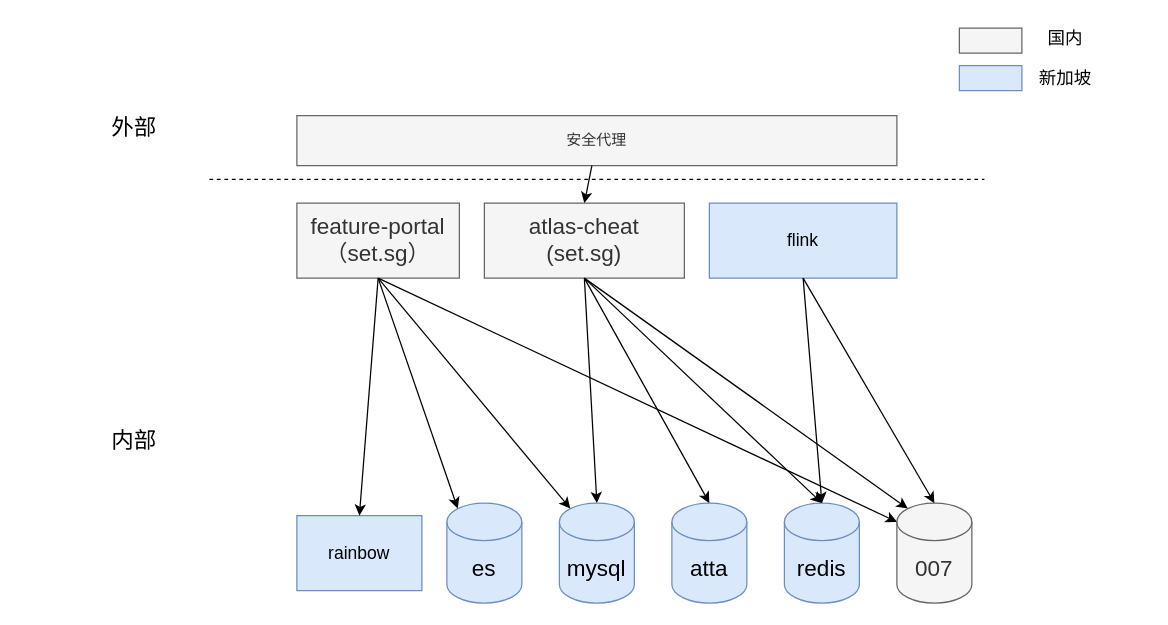
The draw.io diagram cheat_deploy.drawio in learn2Pro/draw_io_save, before the edit. Source tidied: cells renumbered, new cells numbered last; positions are measured from the earlier drawing's top-left corner, leaving out a move shared by most shapes. Both pictures are drawn from the tidied source at 125%, with x=0, y=0 at pixel (21, 21).
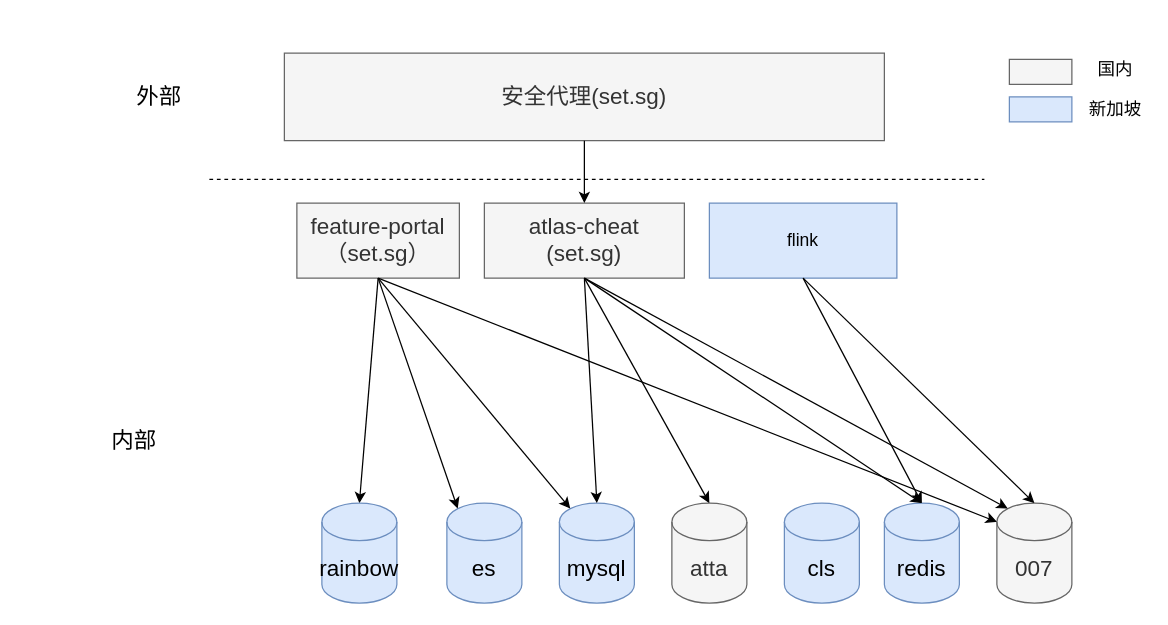
After the change.

The change refers to these unchanged cells:
```xml
<mxCell id="10" value="feature-portal（set.sg）" style="rounded=0;whiteSpace=wrap;html=1;fontSize=18;fillColor=#f5f5f5;fontColor=#333333;strokeColor=#666666;" parent="1" vertex="1">
  <mxGeometry x="220" y="145" width="130" height="60" as="geometry" />
</mxCell>
```

What changed in the source:
```diff
@@
-    <mxCell id="2" value="安全代理" style="rounded=0;whiteSpace=wrap;html=1;fillColor=#f5f5f5;fontColor=#333333;strokeColor=#666666;" parent="1" vertex="1">
-      <mxGeometry x="220" y="75" width="480" height="40" as="geometry" />
+    <mxCell id="2" value="&lt;font style=&quot;font-size: 18px&quot;&gt;安全代理(set.sg)&lt;/font&gt;" style="rounded=0;whiteSpace=wrap;html=1;fillColor=#f5f5f5;fontColor=#333333;strokeColor=#666666;" parent="1" vertex="1">
+      <mxGeometry x="210" y="25" width="480" height="70" as="geometry" />
     </mxCell>
@@
     <mxCell id="4" value="&lt;font style=&quot;font-size: 18px&quot;&gt;外部&lt;/font&gt;" style="text;html=1;strokeColor=none;fillColor=none;align=center;verticalAlign=middle;whiteSpace=wrap;rounded=0;" parent="1" vertex="1">
-      <mxGeometry y="55" width="180" height="60" as="geometry" />
+      <mxGeometry x="20" y="30" width="180" height="60" as="geometry" />
     </mxCell>
@@
     <mxCell id="8" value="redis" style="shape=cylinder3;whiteSpace=wrap;html=1;boundedLbl=1;backgroundOutline=1;size=15;fontSize=18;fillColor=#dae8fc;strokeColor=#6c8ebf;" parent="1" vertex="1">
-      <mxGeometry x="610" y="385" width="60" height="80" as="geometry" />
+      <mxGeometry x="690" y="385" width="60" height="80" as="geometry" />
     </mxCell>
@@
     <mxCell id="11" style="rounded=0;whiteSpace=wrap;html=1;fontSize=18;fillColor=#f5f5f5;fontColor=#333333;strokeColor=#666666;" parent="1" vertex="1">
-      <mxGeometry x="750" y="5" width="50" height="20" as="geometry" />
+      <mxGeometry x="790" y="30" width="50" height="20" as="geometry" />
     </mxCell>
     <mxCell id="12" style="rounded=0;whiteSpace=wrap;html=1;fontSize=18;fillColor=#dae8fc;strokeColor=#6c8ebf;" parent="1" vertex="1">
-      <mxGeometry x="750" y="35" width="50" height="20" as="geometry" />
+      <mxGeometry x="790" y="60" width="50" height="20" as="geometry" />
     </mxCell>
     <mxCell id="13" value="&lt;font style=&quot;font-size: 14px&quot;&gt;国内&lt;/font&gt;" style="text;html=1;strokeColor=none;fillColor=none;align=center;verticalAlign=middle;whiteSpace=wrap;rounded=0;" parent="1" vertex="1">
-      <mxGeometry x="810" width="50" height="25" as="geometry" />
+      <mxGeometry x="850" y="25" width="50" height="25" as="geometry" />
     </mxCell>
     <mxCell id="14" value="&lt;font style=&quot;font-size: 14px&quot;&gt;新加坡&lt;/font&gt;" style="text;html=1;strokeColor=none;fillColor=none;align=center;verticalAlign=middle;whiteSpace=wrap;rounded=0;" parent="1" vertex="1">
-      <mxGeometry x="810" y="32.5" width="50" height="25" as="geometry" />
+      <mxGeometry x="850" y="57.5" width="50" height="25" as="geometry" />
     </mxCell>
@@
-    <mxCell id="17" value="rainbow" style="rounded=0;whiteSpace=wrap;html=1;fontSize=14;fillColor=#dae8fc;strokeColor=#6c8ebf;" parent="1" vertex="1">
-      <mxGeometry x="220" y="395" width="100" height="60" as="geometry" />
-    </mxCell>
@@
-    <mxCell id="20" style="endArrow=classic;html=1;rounded=0;fontSize=14;entryX=0.5;entryY=0;entryDx=0;entryDy=0;exitX=0.5;exitY=1;exitDx=0;exitDy=0;" parent="1" edge="1" source="10" target="17">
+    <mxCell id="20" style="endArrow=classic;html=1;rounded=0;fontSize=14;entryX=0.5;entryY=0;entryDx=0;entryDy=0;exitX=0.5;exitY=1;exitDx=0;exitDy=0;entryPerimeter=0;" parent="1" edge="1" source="10" target="17">
       <mxGeometry relative="1" as="geometry" />
     </mxCell>
@@
-    <mxCell id="24" value="atta" style="shape=cylinder3;whiteSpace=wrap;html=1;boundedLbl=1;backgroundOutline=1;size=15;fontSize=18;fillColor=#dae8fc;strokeColor=#6c8ebf;" parent="1" vertex="1">
+    <mxCell id="24" value="atta" style="shape=cylinder3;whiteSpace=wrap;html=1;boundedLbl=1;backgroundOutline=1;size=15;fontSize=18;fillColor=#f5f5f5;strokeColor=#666666;fontColor=#333333;" parent="1" vertex="1">
       <mxGeometry x="520" y="385" width="60" height="80" as="geometry" />
     </mxCell>
@@
     <mxCell id="26" value="007" style="shape=cylinder3;whiteSpace=wrap;html=1;boundedLbl=1;backgroundOutline=1;size=15;fontSize=18;fillColor=#f5f5f5;strokeColor=#666666;fontColor=#333333;" parent="1" vertex="1">
-      <mxGeometry x="700" y="385" width="60" height="80" as="geometry" />
+      <mxGeometry x="780" y="385" width="60" height="80" as="geometry" />
     </mxCell>
@@
+    <mxCell id="30" value="cls" style="shape=cylinder3;whiteSpace=wrap;html=1;boundedLbl=1;backgroundOutline=1;size=15;fontSize=18;fillColor=#dae8fc;strokeColor=#6c8ebf;" parent="1" vertex="1">
+      <mxGeometry x="610" y="385" width="60" height="80" as="geometry" />
+    </mxCell>
+    <mxCell id="17" value="rainbow" style="shape=cylinder3;whiteSpace=wrap;html=1;boundedLbl=1;backgroundOutline=1;size=15;fontSize=18;fillColor=#dae8fc;strokeColor=#6c8ebf;" parent="1" vertex="1">
+      <mxGeometry x="240" y="385" width="60" height="80" as="geometry" />
+    </mxCell>
```
